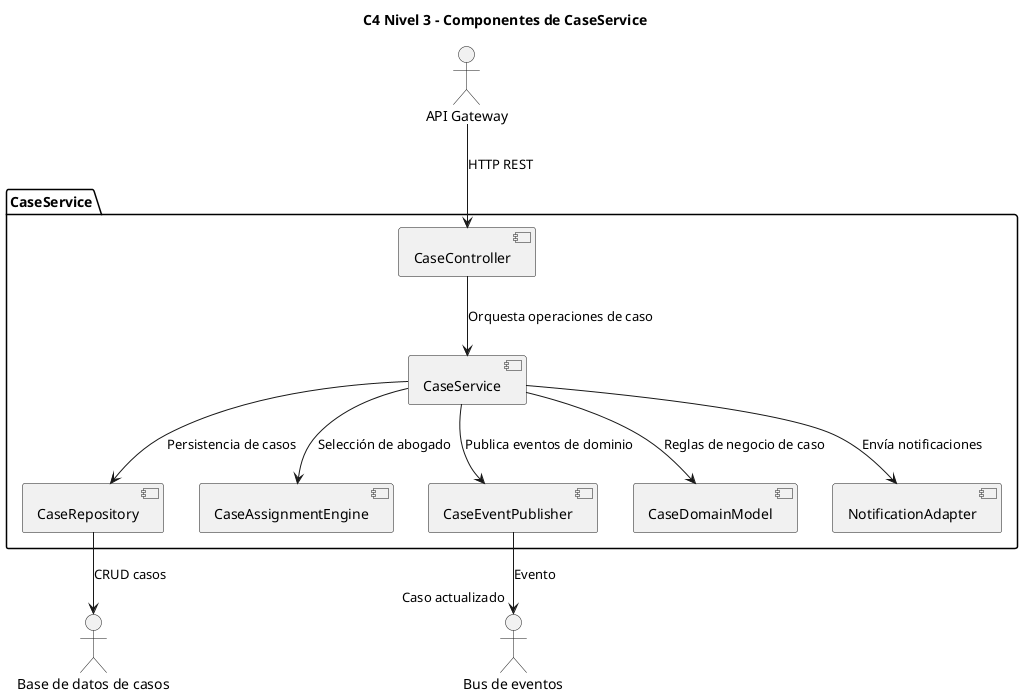
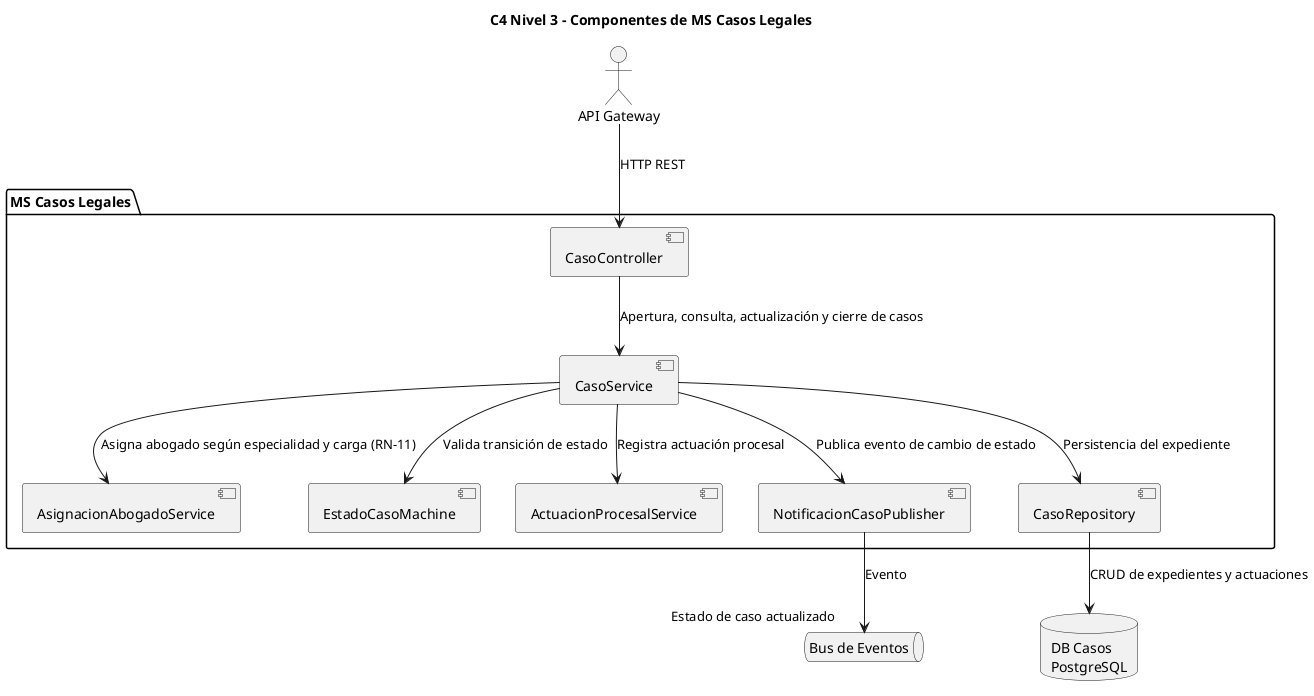
@startuml
- title C4 Nivel 3 - Componentes de CaseService
+ title C4 Nivel 3 - Componentes de MS Casos Legales

actor "API Gateway" as APIGW
- actor "Base de datos de casos" as DBCase
- actor "Bus de eventos" as EventBus
+ database "DB Casos\nPostgreSQL" as DBCasos
+ queue "Bus de Eventos" as EventBus

- package "CaseService" {
-   [CaseController] as Controller
-   [CaseService] as Service
-   [CaseRepository] as Repository
-   [CaseAssignmentEngine] as Assignment
-   [CaseEventPublisher] as Publisher
-   [CaseDomainModel] as Domain
-   [NotificationAdapter] as Notification
+ package "MS Casos Legales" {
+   [CasoController] as Controller
+   [CasoService] as Service
+   [AsignacionAbogadoService] as Asignacion
+   [EstadoCasoMachine] as EstadoMachine
+   [ActuacionProcesalService] as Actuacion
+   [NotificacionCasoPublisher] as Publisher
+   [CasoRepository] as Repository
}

APIGW --> Controller : HTTP REST
- Controller --> Service : Orquesta operaciones de caso
- Service --> Repository : Persistencia de casos
- Service --> Assignment : Selección de abogado
- Service --> Domain : Reglas de negocio de caso
- Service --> Publisher : Publica eventos de dominio
- Service --> Notification : Envía notificaciones
- Publisher --> EventBus : Evento "Caso actualizado"
- Repository --> DBCase : CRUD casos
+ Controller --> Service : Apertura, consulta, actualización y cierre de casos
+ Service --> Asignacion : Asigna abogado según especialidad y carga (RN-11)
+ Service --> EstadoMachine : Valida transición de estado
+ Service --> Actuacion : Registra actuación procesal
+ Service --> Publisher : Publica evento de cambio de estado
+ Service --> Repository : Persistencia del expediente
+ 
+ Publisher --> EventBus : Evento "Estado de caso actualizado"
+ Repository --> DBCasos : CRUD de expedientes y actuaciones

@enduml